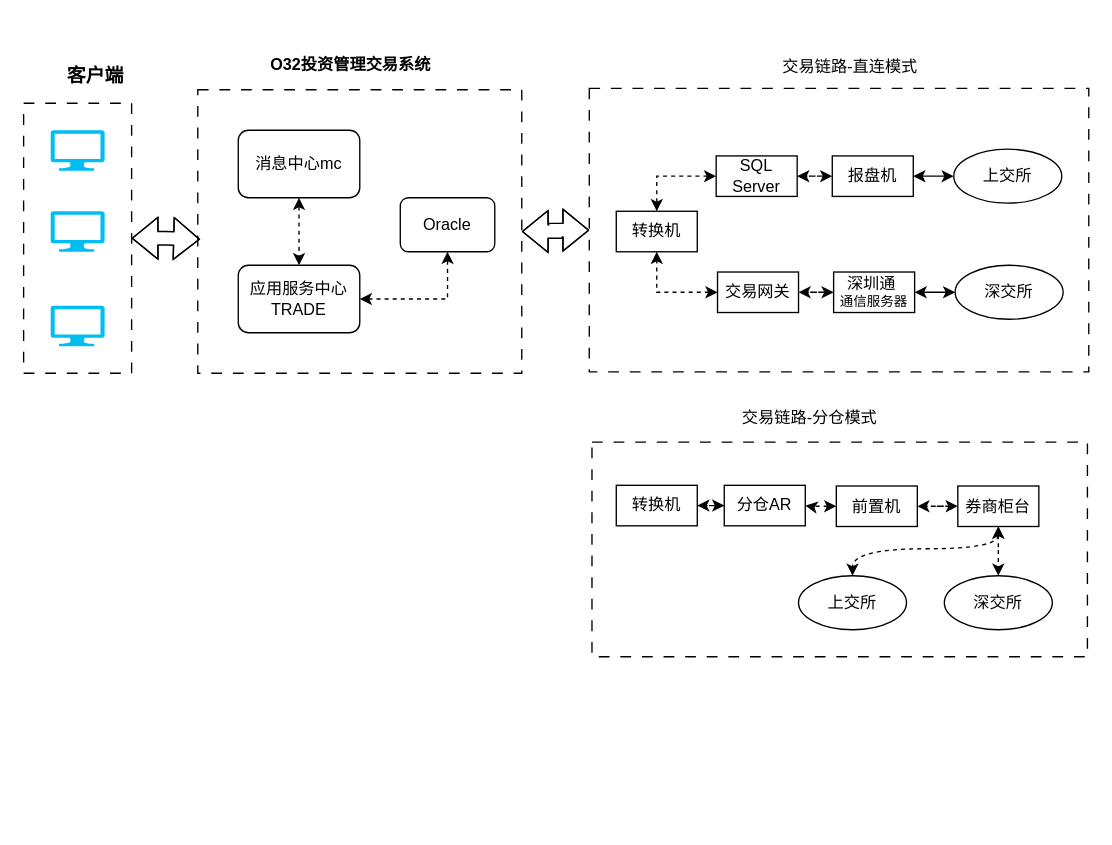
Earlier version of the draw.io diagram draw架构图/O32系统架构图.drawio (cshiaa/tools). Source tidied: cells renumbered, new cells numbered last; positions are measured from the earlier drawing's top-left corner, leaving out a move shared by most shapes. Both pictures are drawn from the tidied source at 135%, with x=0, y=0 at pixel (23, 32).
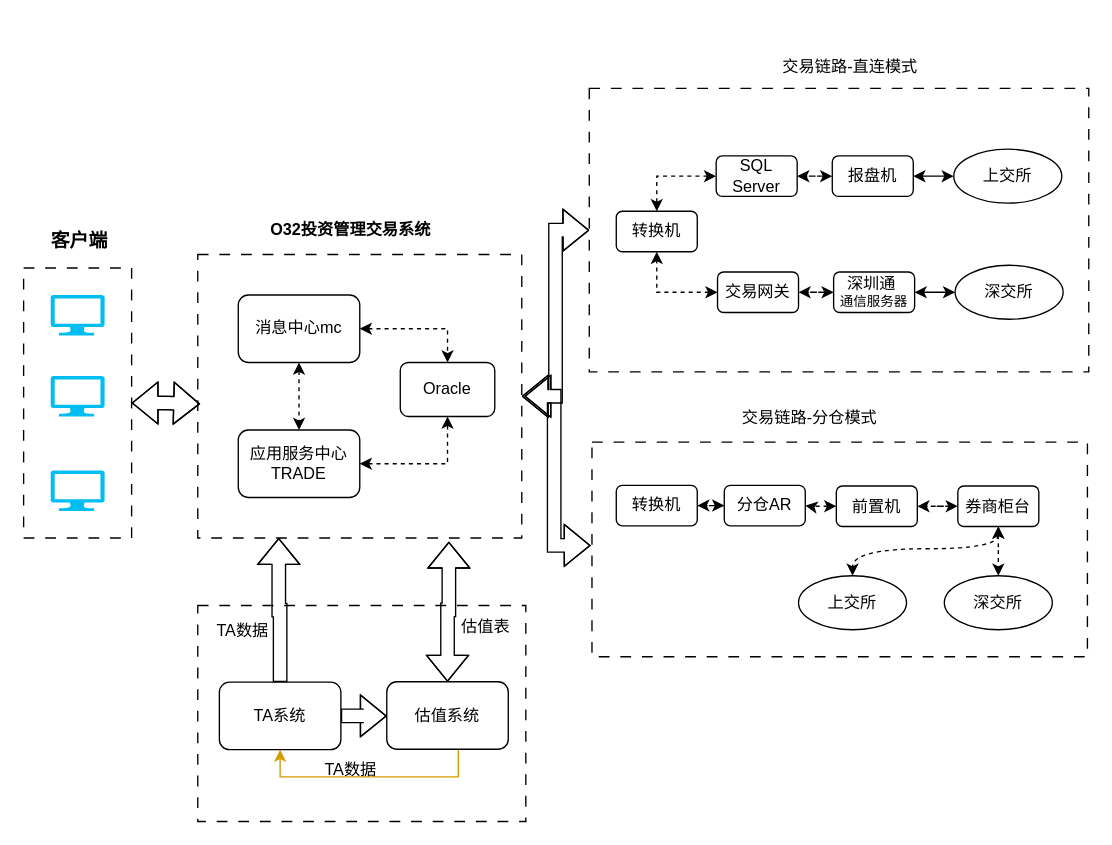
Above is the later version.

Commit message (it also covers changes not shown here):
更新O32系统架构图.drawio

Change to the diagram source:
```diff
@@
     <mxCell id="3" style="rounded=0;whiteSpace=wrap;html=1;dashed=1;dashPattern=8 8;" parent="1" vertex="1">
-      <mxGeometry x="129" y="42" width="240" height="210" as="geometry" />
+      <mxGeometry x="129" y="164" width="240" height="210" as="geometry" />
     </mxCell>
     <mxCell id="4" style="rounded=0;whiteSpace=wrap;html=1;fillStyle=auto;dashed=1;dashPattern=8 8;" parent="1" vertex="1">
-      <mxGeometry y="52" width="80" height="200" as="geometry" />
+      <mxGeometry y="174" width="80" height="200" as="geometry" />
     </mxCell>
     <mxCell id="5" style="verticalLabelPosition=bottom;html=1;verticalAlign=top;align=center;strokeColor=none;fillColor=#00BEF2;shape=mxgraph.azure.computer;" parent="1" vertex="1">
-      <mxGeometry x="20" y="132" width="40" height="30" as="geometry" />
+      <mxGeometry x="20" y="254" width="40" height="30" as="geometry" />
     </mxCell>
     <mxCell id="6" style="verticalLabelPosition=bottom;html=1;verticalAlign=top;align=center;strokeColor=none;fillColor=#00BEF2;shape=mxgraph.azure.computer;" parent="1" vertex="1">
-      <mxGeometry x="20" y="202" width="40" height="30" as="geometry" />
+      <mxGeometry x="20" y="324" width="40" height="30" as="geometry" />
     </mxCell>
@@
     <mxCell id="8" value="应用服务中心TRADE" style="rounded=1;whiteSpace=wrap;html=1;" parent="1" vertex="1">
-      <mxGeometry x="159" y="172" width="90" height="50" as="geometry" />
+      <mxGeometry x="159" y="294" width="90" height="50" as="geometry" />
     </mxCell>
     <mxCell id="9" value="Oracle" style="rounded=1;whiteSpace=wrap;html=1;" parent="1" vertex="1">
-      <mxGeometry x="279" y="122" width="70" height="40" as="geometry" />
+      <mxGeometry x="279" y="244" width="70" height="40" as="geometry" />
     </mxCell>
     <mxCell id="10" style="verticalLabelPosition=bottom;html=1;verticalAlign=top;align=center;strokeColor=none;fillColor=#00BEF2;shape=mxgraph.azure.computer;" parent="1" vertex="1">
-      <mxGeometry x="20" y="72" width="40" height="30" as="geometry" />
+      <mxGeometry x="20" y="194" width="40" height="30" as="geometry" />
     </mxCell>
@@
+    <mxCell id="44" style="edgeStyle=orthogonalEdgeStyle;rounded=0;jettySize=auto;html=1;startArrow=classic;startFill=1;dashed=1;" parent="1" edge="1" source="12" target="9">
+      <mxGeometry relative="1" as="geometry">
+        <Array as="points">
+          <mxPoint x="314" y="219" />
+        </Array>
+      </mxGeometry>
+    </mxCell>
     <mxCell id="12" value="消息中心mc" style="rounded=1;whiteSpace=wrap;html=1;" parent="1" vertex="1">
-      <mxGeometry x="159" y="72" width="90" height="50" as="geometry" />
+      <mxGeometry x="159" y="194" width="90" height="50" as="geometry" />
     </mxCell>
     <mxCell id="13" value="&lt;p style=&quot;line-height: 100%;&quot;&gt;&lt;font style=&quot;font-size: 14px;&quot;&gt;客户端&lt;/font&gt;&lt;/p&gt;" style="text;strokeColor=none;fillColor=none;html=1;fontSize=24;fontStyle=1;verticalAlign=middle;align=center;" parent="1" vertex="1">
-      <mxGeometry x="14" y="10" width="78" height="40" as="geometry" />
+      <mxGeometry x="2" y="132" width="78" height="40" as="geometry" />
     </mxCell>
@@
-    <mxCell id="16" value="转换机" style="rounded=0;whiteSpace=wrap;html=1;" parent="1" vertex="1">
+    <mxCell id="16" value="转换机" style="rounded=1;whiteSpace=wrap;html=1;" parent="1" vertex="1">
       <mxGeometry x="439" y="132" width="60" height="30" as="geometry" />
     </mxCell>
@@
-    <mxCell id="18" value="SQL Server" style="rounded=0;whiteSpace=wrap;html=1;" parent="1" vertex="1">
+    <mxCell id="18" value="SQL Server" style="rounded=1;whiteSpace=wrap;html=1;" parent="1" vertex="1">
       <mxGeometry x="513" y="91" width="60" height="30" as="geometry" />
     </mxCell>
@@
-    <mxCell id="20" value="报盘机" style="rounded=0;whiteSpace=wrap;html=1;" parent="1" vertex="1">
+    <mxCell id="20" value="报盘机" style="rounded=1;whiteSpace=wrap;html=1;" parent="1" vertex="1">
       <mxGeometry x="599" y="91" width="60" height="30" as="geometry" />
     </mxCell>
@@
-    <mxCell id="24" value="交易网关" style="rounded=0;whiteSpace=wrap;html=1;" parent="1" vertex="1">
+    <mxCell id="24" value="交易网关" style="rounded=1;whiteSpace=wrap;html=1;" parent="1" vertex="1">
       <mxGeometry x="514" y="177" width="60" height="30" as="geometry" />
     </mxCell>
@@
-    <mxCell id="26" value="深圳通&amp;nbsp;&lt;div style=&quot;font-size: 10px;&quot;&gt;通信服务器&lt;/div&gt;" style="rounded=0;whiteSpace=wrap;html=1;" parent="1" vertex="1">
+    <mxCell id="26" value="深圳通&amp;nbsp;&lt;div style=&quot;font-size: 10px;&quot;&gt;通信服务器&lt;/div&gt;" style="rounded=1;whiteSpace=wrap;html=1;" parent="1" vertex="1">
       <mxGeometry x="600" y="177" width="60" height="30" as="geometry" />
     </mxCell>
@@
     <mxCell id="29" value="&lt;font style=&quot;font-size: 12px;&quot;&gt;O32投资管理交易系统&lt;/font&gt;" style="text;strokeColor=none;fillColor=none;html=1;fontSize=24;fontStyle=1;verticalAlign=middle;align=center;" parent="1" vertex="1">
-      <mxGeometry x="192" width="100" height="40" as="geometry" />
+      <mxGeometry x="192" y="122" width="100" height="40" as="geometry" />
     </mxCell>
@@
+    <mxCell id="45" style="edgeStyle=orthogonalEdgeStyle;rounded=0;orthogonalLoop=1;jettySize=auto;html=1;shape=flexArrow;startArrow=block;" parent="1" edge="1">
+      <mxGeometry relative="1" as="geometry">
+        <mxPoint x="420" y="379.5" as="sourcePoint" />
+        <mxPoint x="371" y="269" as="targetPoint" />
+        <Array as="points">
+          <mxPoint x="393" y="380" />
+          <mxPoint x="393" y="269" />
+        </Array>
+      </mxGeometry>
+    </mxCell>
@@
-    <mxCell id="33" value="转换机" style="rounded=0;whiteSpace=wrap;html=1;" parent="1" vertex="1">
+    <mxCell id="33" value="转换机" style="rounded=1;whiteSpace=wrap;html=1;" parent="1" vertex="1">
       <mxGeometry x="439" y="335" width="60" height="30" as="geometry" />
     </mxCell>
@@
-    <mxCell id="35" value="分仓AR" style="rounded=0;whiteSpace=wrap;html=1;" parent="1" vertex="1">
+    <mxCell id="35" value="分仓AR" style="rounded=1;whiteSpace=wrap;html=1;" parent="1" vertex="1">
       <mxGeometry x="519" y="335" width="60" height="30" as="geometry" />
     </mxCell>
@@
-    <mxCell id="37" value="前置机" style="rounded=0;whiteSpace=wrap;html=1;" parent="1" vertex="1">
+    <mxCell id="37" value="前置机" style="rounded=1;whiteSpace=wrap;html=1;" parent="1" vertex="1">
       <mxGeometry x="602" y="335.5" width="60" height="30" as="geometry" />
     </mxCell>
@@
-    <mxCell id="41" value="券商柜台" style="rounded=0;whiteSpace=wrap;html=1;" parent="1" vertex="1">
+    <mxCell id="41" value="券商柜台" style="rounded=1;whiteSpace=wrap;html=1;" parent="1" vertex="1">
       <mxGeometry x="692" y="335.5" width="60" height="30" as="geometry" />
     </mxCell>
@@
+    <mxCell id="46" style="rounded=0;whiteSpace=wrap;html=1;dashed=1;dashPattern=8 8;" parent="1" vertex="1">
+      <mxGeometry x="129" y="424" width="243" height="160" as="geometry" />
+    </mxCell>
+    <mxCell id="47" style="edgeStyle=orthogonalEdgeStyle;rounded=0;jettySize=auto;html=1;entryX=0.25;entryY=1;entryDx=0;entryDy=0;shape=flexArrow;" parent="1" edge="1" source="49" target="3">
+      <mxGeometry relative="1" as="geometry" />
+    </mxCell>
+    <mxCell id="48" style="edgeStyle=orthogonalEdgeStyle;rounded=0;jettySize=auto;html=1;shape=flexArrow;" parent="1" edge="1" source="49" target="51">
+      <mxGeometry relative="1" as="geometry">
+        <Array as="points">
+          <mxPoint x="252" y="506" />
+          <mxPoint x="252" y="506" />
+        </Array>
+      </mxGeometry>
+    </mxCell>
+    <mxCell id="49" value="TA系统" style="rounded=1;whiteSpace=wrap;html=1;" parent="1" vertex="1">
+      <mxGeometry x="145" y="480.8" width="90" height="50" as="geometry" />
+    </mxCell>
+    <mxCell id="50" style="edgeStyle=orthogonalEdgeStyle;rounded=0;jettySize=auto;html=1;entryX=0.5;entryY=1;entryDx=0;entryDy=0;fillColor=#ffe6cc;strokeColor=#d79b00;" parent="1" edge="1" source="51" target="49">
+      <mxGeometry relative="1" as="geometry">
+        <Array as="points">
+          <mxPoint x="322" y="551" />
+          <mxPoint x="190" y="551" />
+        </Array>
+      </mxGeometry>
+    </mxCell>
+    <mxCell id="51" value="估值系统" style="rounded=1;whiteSpace=wrap;html=1;" parent="1" vertex="1">
+      <mxGeometry x="269" y="480.5" width="90" height="50" as="geometry" />
+    </mxCell>
+    <mxCell id="52" style="edgeStyle=orthogonalEdgeStyle;rounded=0;jettySize=auto;html=1;entryX=0.775;entryY=1.013;entryDx=0;entryDy=0;entryPerimeter=0;shape=flexArrow;startArrow=block;" parent="1" edge="1" source="51" target="3">
+      <mxGeometry relative="1" as="geometry" />
+    </mxCell>
+    <mxCell id="53" value="TA数据" style="text;html=1;align=center;verticalAlign=middle;strokeColor=none;fillColor=none;" parent="1" vertex="1">
+      <mxGeometry x="132" y="427.5" width="60" height="30" as="geometry" />
+    </mxCell>
+    <mxCell id="54" value="估值表" style="text;html=1;align=center;verticalAlign=middle;strokeColor=none;fillColor=none;" parent="1" vertex="1">
+      <mxGeometry x="312" y="425" width="60" height="30" as="geometry" />
+    </mxCell>
+    <mxCell id="55" value="TA数据" style="text;html=1;align=center;verticalAlign=middle;strokeColor=none;fillColor=none;" parent="1" vertex="1">
+      <mxGeometry x="212" y="530.8" width="60" height="30" as="geometry" />
+    </mxCell>
```
